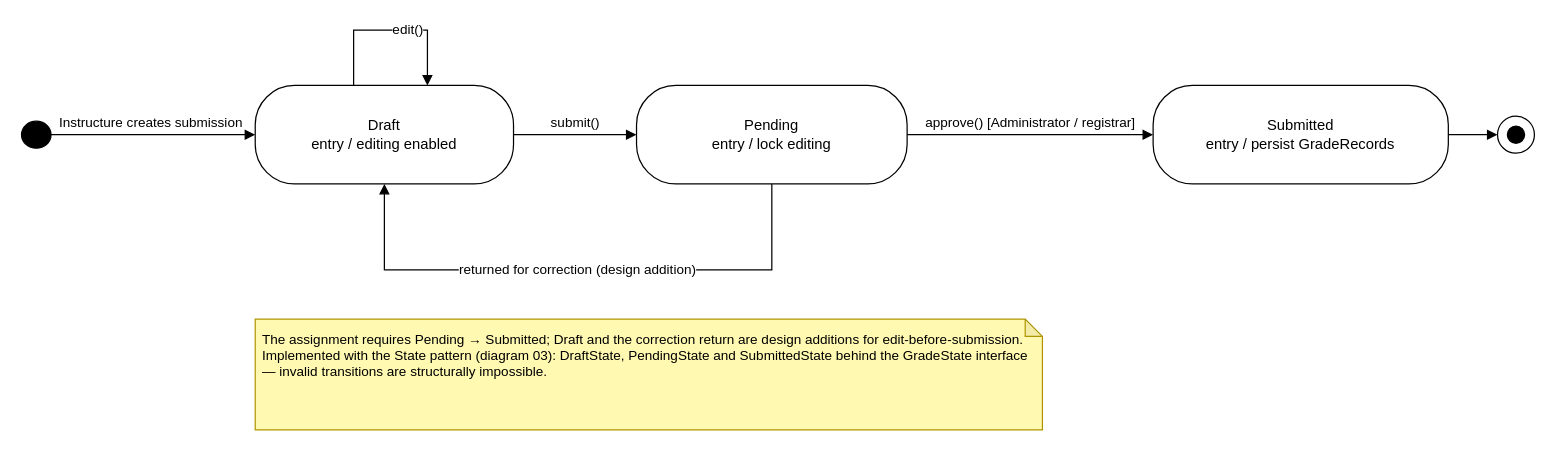
The draw.io diagram Diagrams/State_diagrams/state-1-grade-submission.drawio in Tharusha-dev/soft_architect_redda, before the edit. Source tidied: cells renumbered, new cells numbered last; positions are measured from the earlier drawing's top-left corner, leaving out a move shared by most shapes. Both pictures are drawn from the tidied source at 123%, with x=0, y=0 at pixel (21, 30).
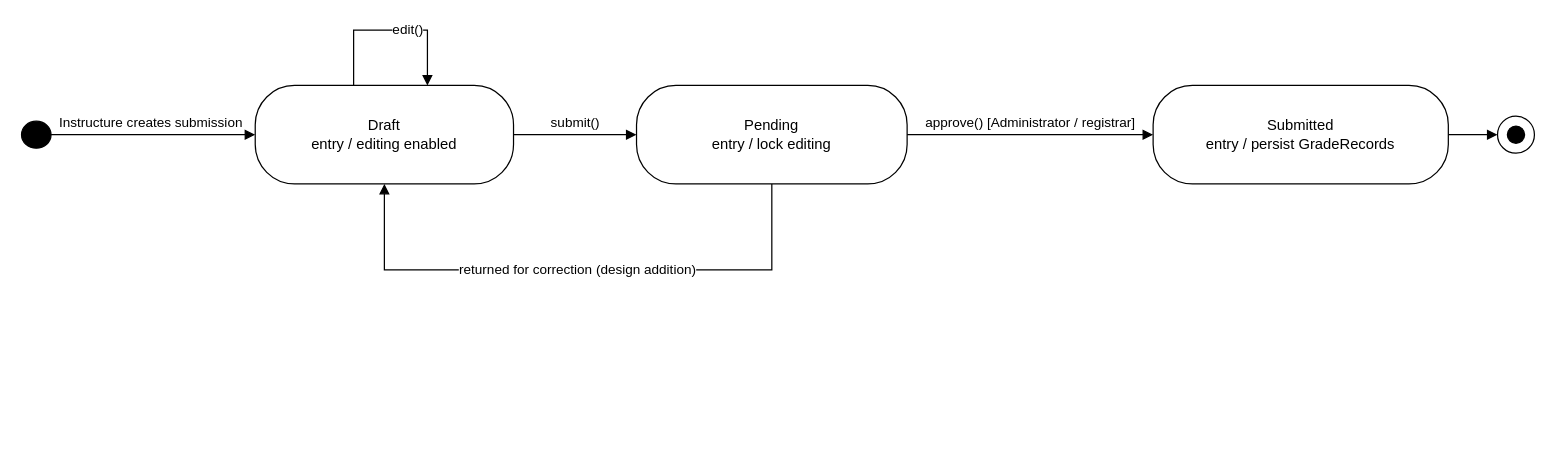
After the change.

The edit, as a diff of the source:
```diff
@@
-    <mxCell id="14" value="The assignment requires Pending → Submitted; Draft and the correction return are design additions for edit-before-submission. Implemented with the State pattern (diagram 03): DraftState, PendingState and SubmittedState behind the GradeState interface — invalid transitions are structurally impossible." style="shape=note;whiteSpace=wrap;html=1;backgroundOutline=1;darkOpacity=0.05;fillColor=#FFF9B2;strokeColor=#B09500;size=14;align=left;verticalAlign=top;spacing=6;fontSize=11;" parent="1" vertex="1">
-      <mxGeometry x="190" y="235" width="640" height="90" as="geometry" />
-    </mxCell>
```
